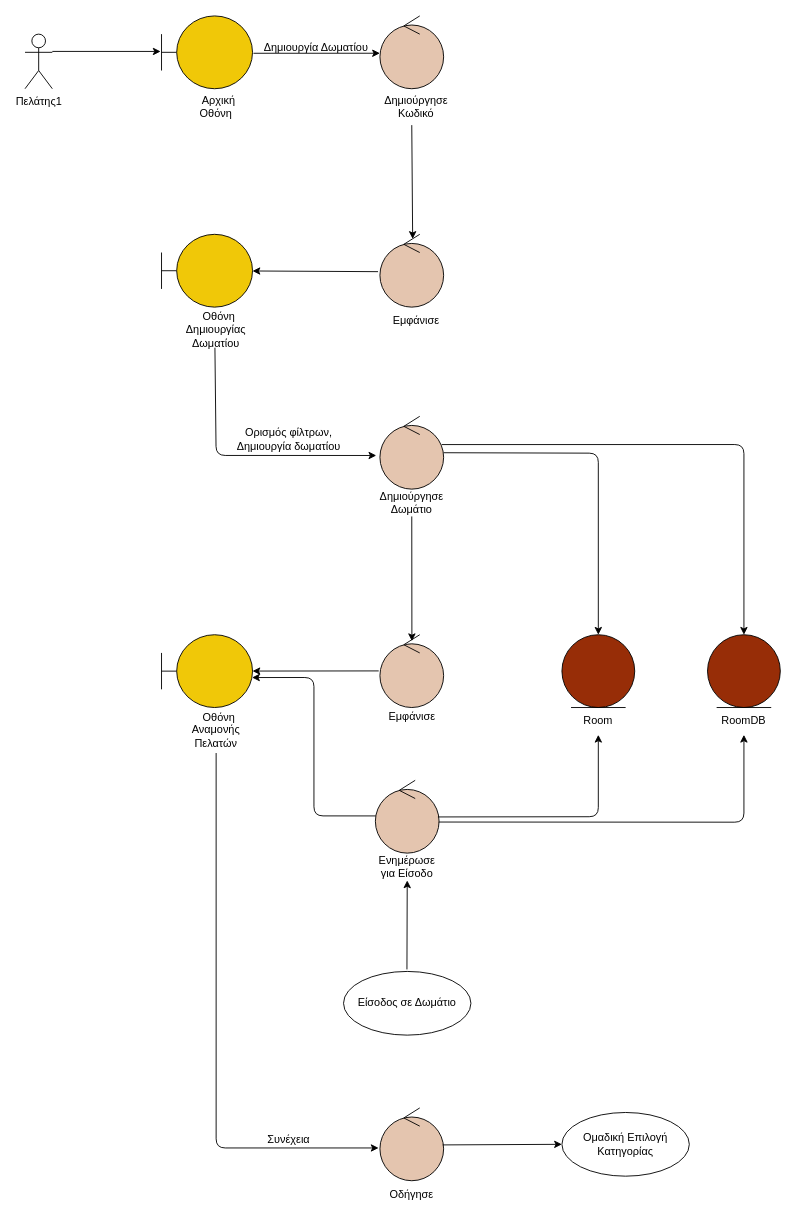
Before: docs/contributions/JoannaAgo/Phase_5/Create Room/Create_Room_Robustness.drawio in iloudaros/nomnomr, a draw.io diagram. Source tidied: cells renumbered, new cells numbered last; positions are measured from the earlier drawing's top-left corner, leaving out a move shared by most shapes. Both pictures are drawn from the tidied source at 91%, with x=0, y=0 at pixel (25, 15).
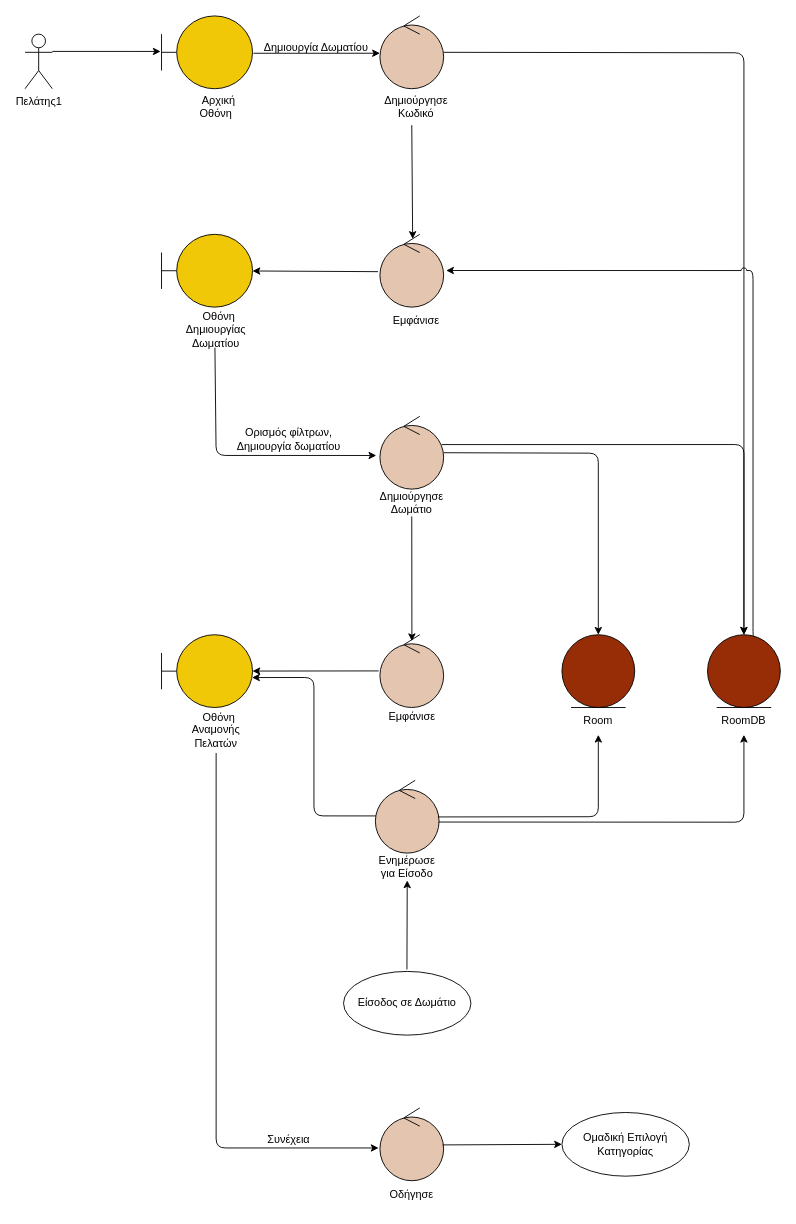
Above is the later version.

Unchanged cells that the change refers to:
```xml
<mxCell id="9" style="ellipse;shape=umlControl;whiteSpace=wrap;html=1;fillColor=#E4C5AF;" parent="1" vertex="1">
  <mxGeometry x="390" y="240" width="70" height="80" as="geometry" />
</mxCell>
<mxCell id="40" style="ellipse;shape=umlEntity;whiteSpace=wrap;html=1;fillColor=#972D07;" parent="1" vertex="1">
  <mxGeometry x="750" y="680" width="80" height="80" as="geometry" />
</mxCell>
```

Diff of the diagram source:
```diff
@@
+    <mxCell id="45" style="endArrow=classic;html=1;rounded=1;exitX=0.971;exitY=0.388;exitDx=0;exitDy=0;exitPerimeter=0;edgeStyle=orthogonalEdgeStyle;entryX=0.5;entryY=0;entryDx=0;entryDy=0;" parent="1" edge="1" target="40">
+      <mxGeometry relative="1" as="geometry">
+        <mxPoint x="460" y="40" as="sourcePoint" />
+      </mxGeometry>
+    </mxCell>
+    <mxCell id="46" style="endArrow=classic;html=1;rounded=1;edgeStyle=orthogonalEdgeStyle;exitX=0.638;exitY=0.025;exitDx=0;exitDy=0;exitPerimeter=0;entryX=1.04;entryY=0.497;entryDx=0;entryDy=0;entryPerimeter=0;jumpStyle=arc;" parent="1" edge="1" source="40" target="9">
+      <mxGeometry relative="1" as="geometry">
+        <Array as="points">
+          <mxPoint x="800" y="682" />
+          <mxPoint x="800" y="280" />
+        </Array>
+      </mxGeometry>
+    </mxCell>
```
